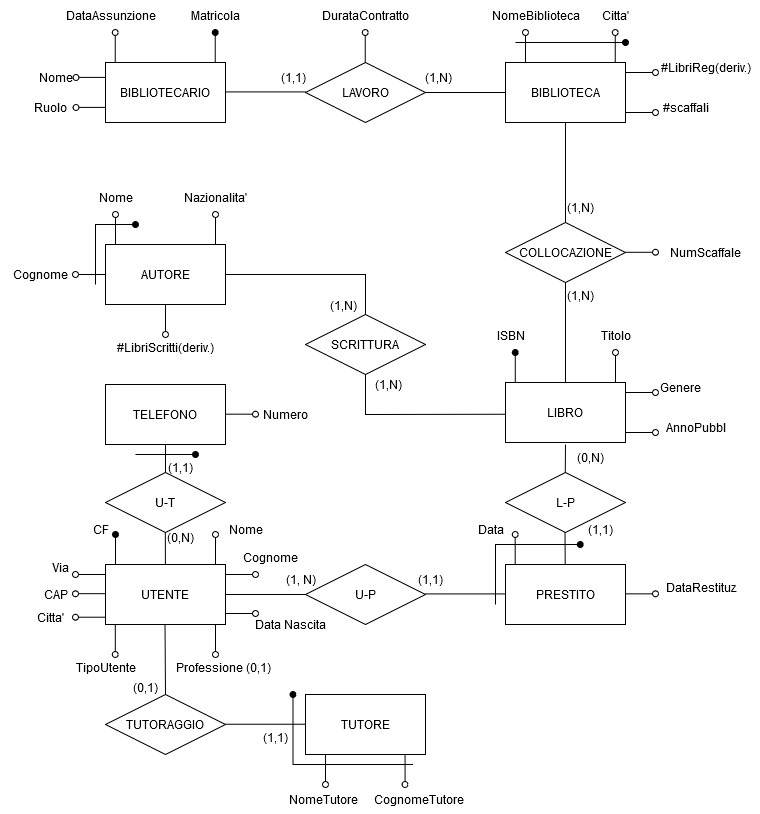
This is Biblioteca Ristrutturata.drawio.png from alexbnls/BasiDati, a draw.io export, as it was before one commit. Source tidied: cells renumbered, new cells last; positions are measured from the earlier drawing's top-left corner, leaving out a move shared by most shapes.
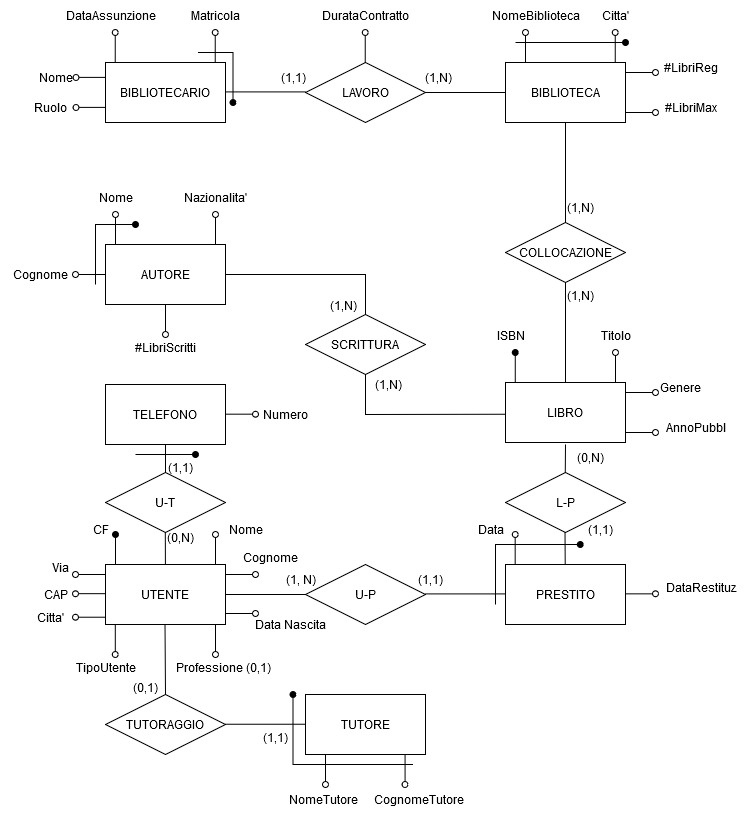
After the commit.

The edit, as a diff of the source:
```diff
@@ -244,8 +244,8 @@
         <mxPoint x="655" y="72" as="targetPoint" />
       </mxGeometry>
     </mxCell>
-    <mxCell id="59" value="#LibriReg(deriv.)" style="text;html=1;align=center;verticalAlign=middle;strokeColor=none;fillColor=none;" parent="1" vertex="1">
-      <mxGeometry x="650" y="52" width="110" height="30" as="geometry" />
+    <mxCell id="59" value="#LibriReg" style="text;html=1;align=center;verticalAlign=middle;strokeColor=none;fillColor=none;" parent="1" vertex="1">
+      <mxGeometry x="655" y="52" width="70" height="30" as="geometry" />
     </mxCell>
     <mxCell id="60" value="LAVORO" style="rhombus;whiteSpace=wrap;html=1;" parent="1" vertex="1">
       <mxGeometry x="305" y="62" width="120" height="60" as="geometry" />
@@ -259,7 +259,7 @@
     <mxCell id="63" value="BIBLIOTECARIO" style="rounded=0;whiteSpace=wrap;html=1;" parent="1" vertex="1">
       <mxGeometry x="105" y="62" width="120" height="60" as="geometry" />
     </mxCell>
-    <mxCell id="64" style="endArrow=oval;html=1;rounded=0;endFill=1;" parent="1" edge="1">
+    <mxCell id="64" style="endArrow=oval;html=1;rounded=0;endFill=0;" parent="1" edge="1">
       <mxGeometry relative="1" as="geometry">
         <mxPoint x="214.7" y="62" as="sourcePoint" />
         <mxPoint x="214.7" y="32" as="targetPoint" />
@@ -292,8 +292,8 @@
         <mxPoint x="655" y="112" as="targetPoint" />
       </mxGeometry>
     </mxCell>
-    <mxCell id="71" value="#scaffali" style="text;html=1;align=center;verticalAlign=middle;strokeColor=none;fillColor=none;" parent="1" vertex="1">
-      <mxGeometry x="650" y="92" width="70" height="30" as="geometry" />
+    <mxCell id="71" value="#LibriMax" style="text;html=1;align=center;verticalAlign=middle;strokeColor=none;fillColor=none;" parent="1" vertex="1">
+      <mxGeometry x="650" y="92" width="80" height="30" as="geometry" />
     </mxCell>
     <mxCell id="72" style="endArrow=oval;html=1;rounded=0;endFill=1;" parent="1" edge="1">
       <mxGeometry relative="1" as="geometry">
@@ -316,15 +316,6 @@
     <mxCell id="75" value="DurataContratto" style="text;html=1;align=center;verticalAlign=middle;strokeColor=none;fillColor=none;" parent="1" vertex="1">
       <mxGeometry x="310" width="110" height="30" as="geometry" />
     </mxCell>
-    <mxCell id="76" style="endArrow=oval;html=1;rounded=0;endFill=0;" parent="1" edge="1">
-      <mxGeometry relative="1" as="geometry">
-        <mxPoint x="625" y="251.8" as="sourcePoint" />
-        <mxPoint x="655" y="251.8" as="targetPoint" />
-      </mxGeometry>
-    </mxCell>
-    <mxCell id="77" value="NumScaffale" style="text;html=1;align=center;verticalAlign=middle;strokeColor=none;fillColor=none;" parent="1" vertex="1">
-      <mxGeometry x="660" y="237" width="90" height="30" as="geometry" />
-    </mxCell>
     <mxCell id="78" style="endArrow=oval;html=1;rounded=0;endFill=0;" parent="1" edge="1">
       <mxGeometry relative="1" as="geometry">
         <mxPoint x="215" y="624" as="sourcePoint" />
@@ -343,8 +334,8 @@
         <mxPoint x="165" y="334" as="targetPoint" />
       </mxGeometry>
     </mxCell>
-    <mxCell id="82" value="#LibriScritti(deriv.)" style="text;html=1;align=center;verticalAlign=middle;strokeColor=none;fillColor=none;" parent="1" vertex="1">
-      <mxGeometry x="105" y="332" width="120" height="30" as="geometry" />
+    <mxCell id="82" value="#LibriScritti" style="text;html=1;align=center;verticalAlign=middle;strokeColor=none;fillColor=none;" parent="1" vertex="1">
+      <mxGeometry x="125" y="332" width="80" height="30" as="geometry" />
     </mxCell>
     <mxCell id="83" value="TELEFONO" style="rounded=0;whiteSpace=wrap;html=1;" parent="1" vertex="1">
       <mxGeometry x="105" y="384" width="120" height="60" as="geometry" />
@@ -506,5 +497,14 @@
     <mxCell id="113" value="(1,1)" style="text;html=1;align=center;verticalAlign=middle;strokeColor=none;fillColor=none;" parent="1" vertex="1">
       <mxGeometry x="250" y="722" width="50" height="30" as="geometry" />
     </mxCell>
+    <mxCell id="114" style="endArrow=oval;html=1;rounded=0;endFill=1;" parent="1" edge="1">
+      <mxGeometry relative="1" as="geometry">
+        <mxPoint x="197.5" y="52" as="sourcePoint" />
+        <mxPoint x="232.5" y="102" as="targetPoint" />
+        <Array as="points">
+          <mxPoint x="232.5" y="52" />
+        </Array>
+      </mxGeometry>
+    </mxCell>
   </root>
 </mxGraphModel>
```
